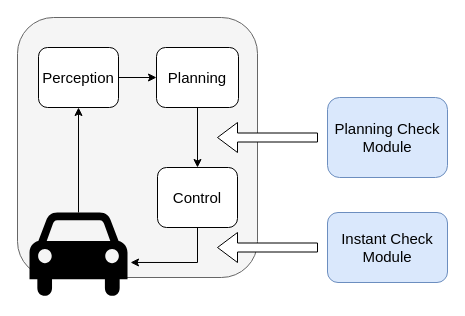
Above: source/workflow-of-LabDriver.drawio in smallzjuer/AVUnit (draw.io), before the change. Source tidied: cells renumbered, new cells numbered last; positions are measured from the earlier drawing's top-left corner, leaving out a move shared by most shapes. Both pictures are drawn from the tidied source at 100%, with x=0, y=0 at pixel (17, 17).
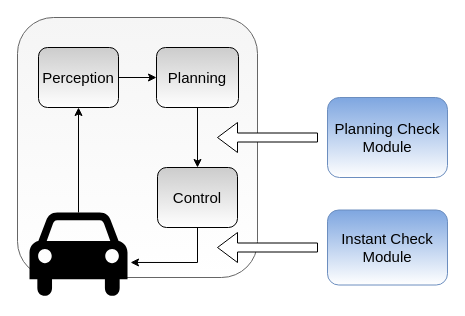
After the change.

Change to the diagram source:
```diff
@@
 <mxGraphModel>
   <root>
     <mxCell id="0" />
     <mxCell id="1" parent="0" />
-    <mxCell id="2" style="rounded=1;whiteSpace=wrap;html=1;fontSize=19;fillColor=#f5f5f5;fontColor=#333333;strokeColor=#666666;" parent="1" vertex="1">
+    <mxCell id="2" style="rounded=1;whiteSpace=wrap;html=1;fontSize=19;fillColor=#f5f5f5;fontColor=#333333;strokeColor=#666666;gradientColor=#ffffff;" parent="1" vertex="1">
       <mxGeometry width="240" height="260" as="geometry" />
     </mxCell>
     <mxCell id="3" style="edgeStyle=orthogonalEdgeStyle;rounded=0;jettySize=auto;html=1;exitX=0.5;exitY=0;exitDx=0;exitDy=0;exitPerimeter=0;fontSize=19;" parent="1" edge="1" source="4" target="6">
       <mxGeometry relative="1" as="geometry" />
     </mxCell>
     <mxCell id="4" style="shape=mxgraph.signs.transportation.car_4;html=1;fillColor=#000000;strokeColor=none;verticalLabelPosition=bottom;verticalAlign=top;align=center;sketch=0;fontSize=19;" parent="1" vertex="1">
       <mxGeometry x="12" y="195" width="98" height="86" as="geometry" />
     </mxCell>
     <mxCell id="5" style="edgeStyle=orthogonalEdgeStyle;rounded=0;jettySize=auto;html=1;exitX=1;exitY=0.5;exitDx=0;exitDy=0;entryX=0;entryY=0.5;entryDx=0;entryDy=0;fontSize=19;" parent="1" edge="1" source="6" target="8">
       <mxGeometry relative="1" as="geometry" />
     </mxCell>
-    <mxCell id="6" value="&lt;font style=&quot;font-size: 15px&quot;&gt;Perception&lt;/font&gt;" style="rounded=1;whiteSpace=wrap;html=1;fontSize=19;" parent="1" vertex="1">
+    <mxCell id="6" value="&lt;font style=&quot;font-size: 15px&quot;&gt;Perception&lt;/font&gt;" style="rounded=1;whiteSpace=wrap;html=1;fontSize=19;fillColor=#CCCCCC;gradientColor=#ffffff;" parent="1" vertex="1">
       <mxGeometry x="21" y="30" width="80" height="60" as="geometry" />
     </mxCell>
     <mxCell id="7" style="edgeStyle=orthogonalEdgeStyle;rounded=0;jettySize=auto;html=1;exitX=0.5;exitY=1;exitDx=0;exitDy=0;fontSize=19;" parent="1" edge="1" source="8" target="10">
       <mxGeometry relative="1" as="geometry" />
     </mxCell>
-    <mxCell id="8" value="&lt;font style=&quot;font-size: 15px&quot;&gt;Planning&lt;/font&gt;" style="rounded=1;whiteSpace=wrap;html=1;fontSize=19;" parent="1" vertex="1">
+    <mxCell id="8" value="&lt;font style=&quot;font-size: 15px&quot;&gt;Planning&lt;/font&gt;" style="rounded=1;whiteSpace=wrap;html=1;fontSize=19;fillColor=#CCCCCC;gradientColor=#ffffff;" parent="1" vertex="1">
       <mxGeometry x="139" y="30" width="82" height="60" as="geometry" />
     </mxCell>
     <mxCell id="9" style="edgeStyle=orthogonalEdgeStyle;rounded=0;jettySize=auto;html=1;exitX=0.5;exitY=1;exitDx=0;exitDy=0;entryX=1.031;entryY=0.581;entryDx=0;entryDy=0;entryPerimeter=0;fontSize=19;" parent="1" edge="1" source="10" target="4">
       <mxGeometry relative="1" as="geometry" />
     </mxCell>
-    <mxCell id="10" value="&lt;font style=&quot;font-size: 15px&quot;&gt;Control&lt;/font&gt;" style="rounded=1;whiteSpace=wrap;html=1;fontSize=19;" parent="1" vertex="1">
+    <mxCell id="10" value="&lt;font style=&quot;font-size: 15px&quot;&gt;Control&lt;/font&gt;" style="rounded=1;whiteSpace=wrap;html=1;fontSize=19;fillColor=#CCCCCC;gradientColor=#ffffff;" parent="1" vertex="1">
       <mxGeometry x="140" y="150" width="80" height="60" as="geometry" />
     </mxCell>
     <mxCell id="11" style="edgeStyle=orthogonalEdgeStyle;rounded=0;orthogonalLoop=1;jettySize=auto;html=1;exitX=0.5;exitY=1;exitDx=0;exitDy=0;fontSize=19;" parent="1" edge="1" source="10" target="10">
       <mxGeometry relative="1" as="geometry" />
     </mxCell>
-    <mxCell id="12" value="&lt;div&gt;Planning Check &lt;br&gt;&lt;/div&gt;&lt;div&gt;Module&lt;br&gt;&lt;/div&gt;" style="rounded=1;whiteSpace=wrap;html=1;fontSize=15;fillColor=#dae8fc;strokeColor=#6c8ebf;" parent="1" vertex="1">
+    <mxCell id="12" value="&lt;div&gt;Planning Check &lt;br&gt;&lt;/div&gt;&lt;div&gt;Module&lt;br&gt;&lt;/div&gt;" style="rounded=1;whiteSpace=wrap;html=1;fontSize=15;fillColor=#7EA6E0;strokeColor=#6c8ebf;gradientColor=#ffffff;" parent="1" vertex="1">
       <mxGeometry x="310" y="80" width="120" height="80" as="geometry" />
     </mxCell>
-    <mxCell id="13" value="&lt;div&gt;Instant Check&lt;/div&gt;&lt;div&gt;Module&lt;br&gt;&lt;/div&gt;" style="rounded=1;whiteSpace=wrap;html=1;fontSize=15;fillColor=#dae8fc;strokeColor=#6c8ebf;" parent="1" vertex="1">
-      <mxGeometry x="310" y="195" width="120" height="70" as="geometry" />
+    <mxCell id="13" value="&lt;div&gt;Instant Check&lt;/div&gt;&lt;div&gt;Module&lt;br&gt;&lt;/div&gt;" style="rounded=1;whiteSpace=wrap;html=1;fontSize=15;fillColor=#7EA6E0;strokeColor=#6c8ebf;gradientColor=#ffffff;" parent="1" vertex="1">
+      <mxGeometry x="310" y="192.5" width="120" height="75" as="geometry" />
     </mxCell>
     <mxCell id="14" style="shape=singleArrow;direction=west;whiteSpace=wrap;html=1;fontSize=15;" parent="1" vertex="1">
       <mxGeometry x="200" y="105" width="100" height="30" as="geometry" />
     </mxCell>
     <mxCell id="15" style="shape=singleArrow;direction=west;whiteSpace=wrap;html=1;fontSize=15;" parent="1" vertex="1">
       <mxGeometry x="200" y="215" width="100" height="30" as="geometry" />
     </mxCell>
   </root>
 </mxGraphModel>
```
